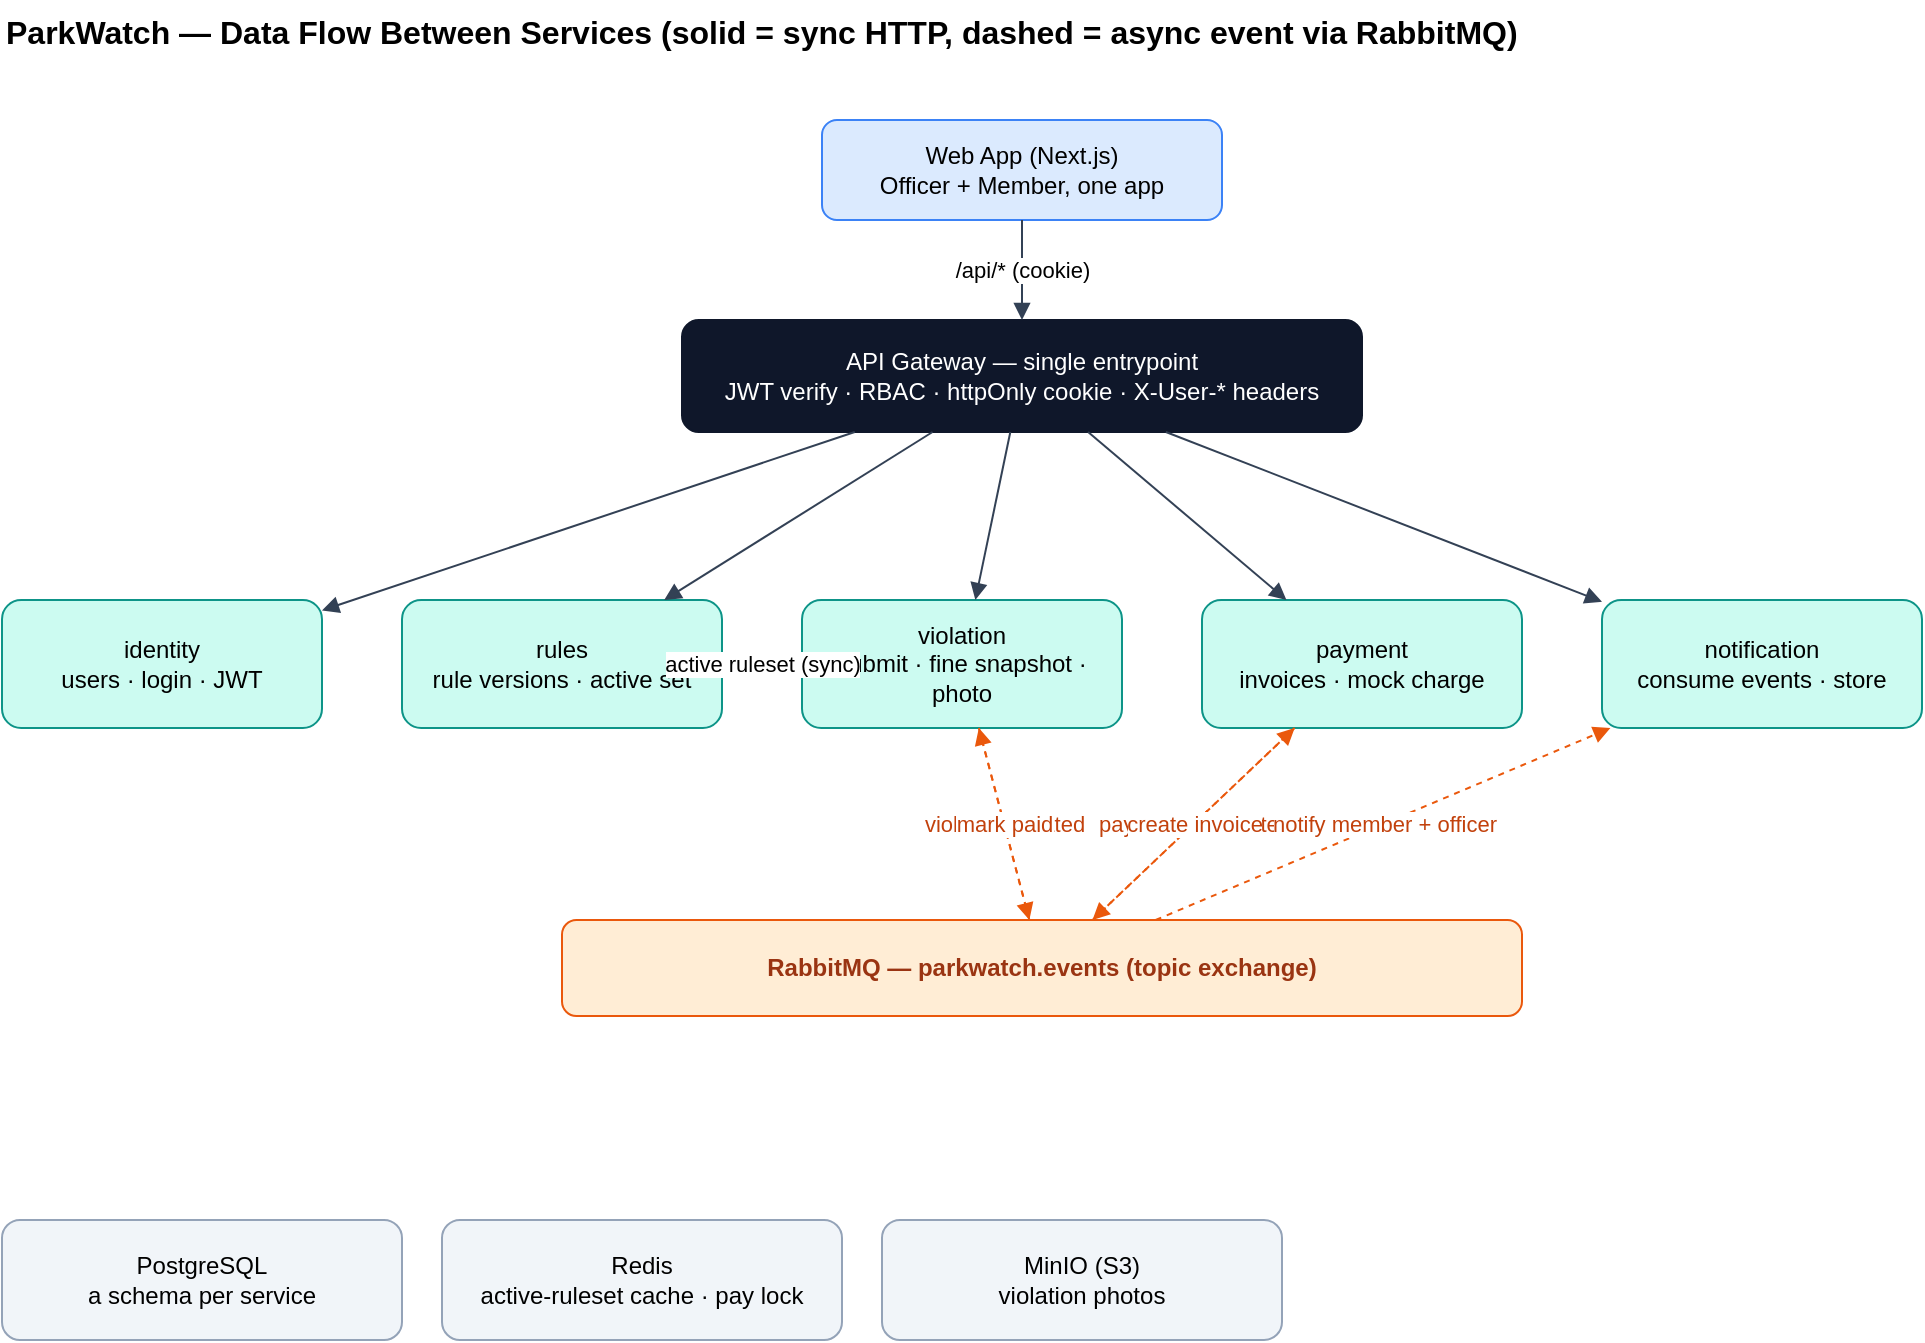
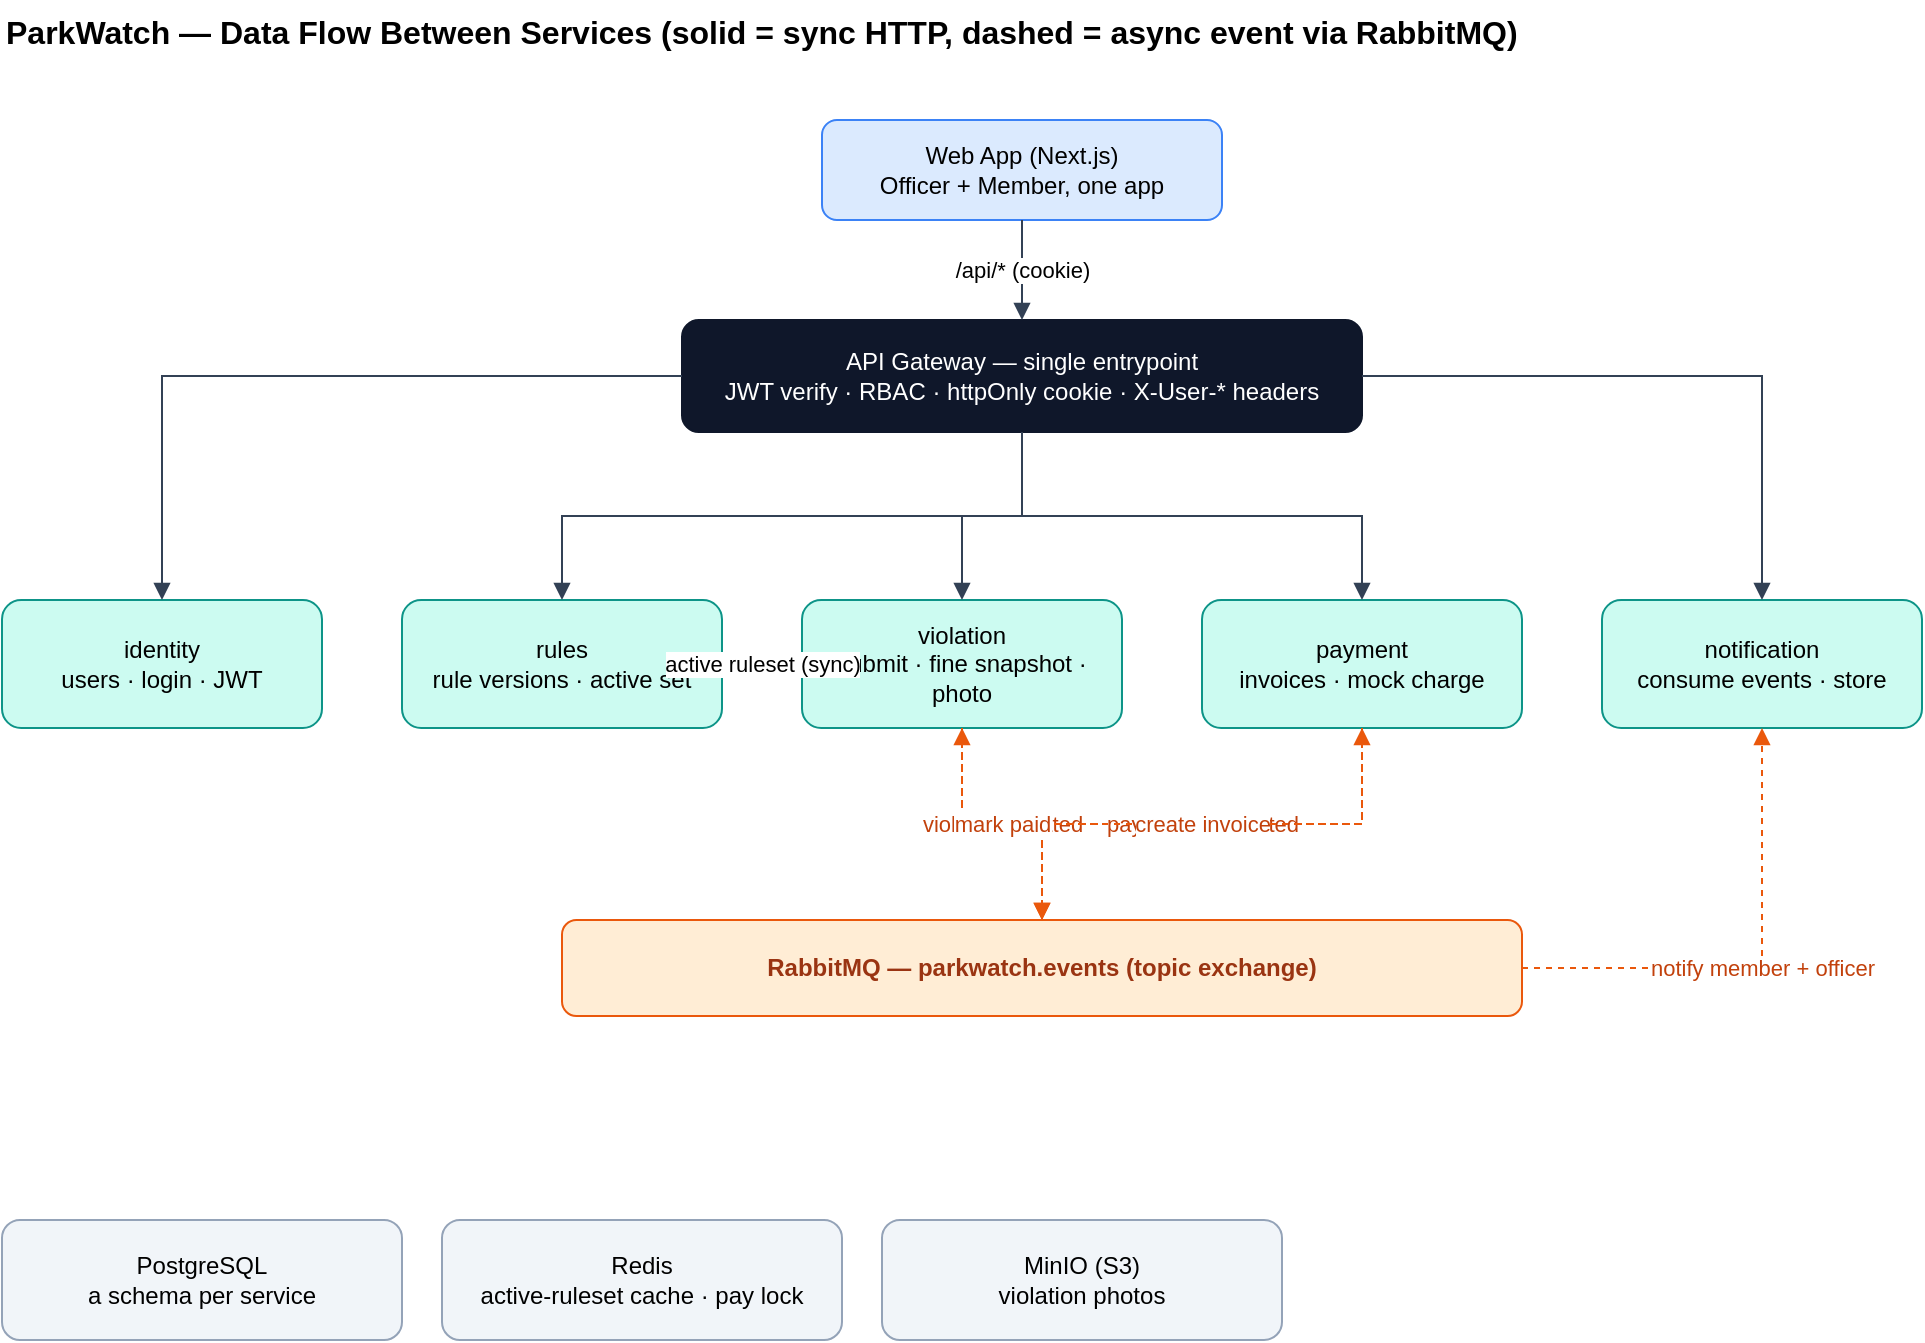
<mxfile host="app.diagrams.net" type="device">
  <diagram name="Data Flow" id="dataflow-1">
    <mxGraphModel dx="1040" dy="720" grid="1" gridSize="10" guides="1" tooltips="1" connect="1" arrows="1" fold="1" page="1" pageScale="1" pageWidth="1100" pageHeight="800" math="0" shadow="0">
      <root>
        <mxCell id="0" />
        <mxCell id="1" parent="0" />

        <mxCell id="title" value="ParkWatch — Data Flow Between Services (solid = sync HTTP, dashed = async event via RabbitMQ)" style="text;html=1;fontSize=16;fontStyle=1;align=left;" vertex="1" parent="1">
          <mxGeometry x="40" y="20" width="900" height="30" as="geometry" />
        </mxCell>

        <mxCell id="web" value="Web App (Next.js)&#10;Officer + Member, one app" style="rounded=1;whiteSpace=wrap;html=1;fillColor=#dbeafe;strokeColor=#3b82f6;" vertex="1" parent="1">
          <mxGeometry x="450" y="80" width="200" height="50" as="geometry" />
        </mxCell>
        <mxCell id="gw" value="API Gateway — single entrypoint&#10;JWT verify · RBAC · httpOnly cookie · X-User-* headers" style="rounded=1;whiteSpace=wrap;html=1;fillColor=#0f172a;fontColor=#ffffff;strokeColor=#0f172a;" vertex="1" parent="1">
          <mxGeometry x="380" y="180" width="340" height="56" as="geometry" />
        </mxCell>

        <mxCell id="identity" value="identity&#10;users · login · JWT" style="rounded=1;whiteSpace=wrap;html=1;fillColor=#ccfbf1;strokeColor=#0d9488;" vertex="1" parent="1">
          <mxGeometry x="40" y="320" width="160" height="64" as="geometry" />
        </mxCell>
        <mxCell id="rules" value="rules&#10;rule versions · active set" style="rounded=1;whiteSpace=wrap;html=1;fillColor=#ccfbf1;strokeColor=#0d9488;" vertex="1" parent="1">
          <mxGeometry x="240" y="320" width="160" height="64" as="geometry" />
        </mxCell>
        <mxCell id="violation" value="violation&#10;submit · fine snapshot · photo" style="rounded=1;whiteSpace=wrap;html=1;fillColor=#ccfbf1;strokeColor=#0d9488;" vertex="1" parent="1">
          <mxGeometry x="440" y="320" width="160" height="64" as="geometry" />
        </mxCell>
        <mxCell id="payment" value="payment&#10;invoices · mock charge" style="rounded=1;whiteSpace=wrap;html=1;fillColor=#ccfbf1;strokeColor=#0d9488;" vertex="1" parent="1">
          <mxGeometry x="640" y="320" width="160" height="64" as="geometry" />
        </mxCell>
        <mxCell id="notification" value="notification&#10;consume events · store" style="rounded=1;whiteSpace=wrap;html=1;fillColor=#ccfbf1;strokeColor=#0d9488;" vertex="1" parent="1">
          <mxGeometry x="840" y="320" width="160" height="64" as="geometry" />
        </mxCell>

        <mxCell id="mq" value="RabbitMQ — parkwatch.events (topic exchange)" style="rounded=1;whiteSpace=wrap;html=1;fillColor=#ffedd5;strokeColor=#ea580c;fontColor=#9a3412;fontStyle=1" vertex="1" parent="1">
          <mxGeometry x="320" y="480" width="480" height="48" as="geometry" />
        </mxCell>

        <mxCell id="pg" value="PostgreSQL&#10;a schema per service" style="rounded=1;whiteSpace=wrap;html=1;fillColor=#f1f5f9;strokeColor=#94a3b8;" vertex="1" parent="1">
          <mxGeometry x="40" y="630" width="200" height="60" as="geometry" />
        </mxCell>
        <mxCell id="redis" value="Redis&#10;active-ruleset cache · pay lock" style="rounded=1;whiteSpace=wrap;html=1;fillColor=#f1f5f9;strokeColor=#94a3b8;" vertex="1" parent="1">
          <mxGeometry x="260" y="630" width="200" height="60" as="geometry" />
        </mxCell>
        <mxCell id="minio" value="MinIO (S3)&#10;violation photos" style="rounded=1;whiteSpace=wrap;html=1;fillColor=#f1f5f9;strokeColor=#94a3b8;" vertex="1" parent="1">
          <mxGeometry x="480" y="630" width="200" height="60" as="geometry" />
        </mxCell>

-         <mxCell id="e_web_gw" value="/api/* (cookie)" style="endArrow=block;html=1;strokeColor=#334155;" edge="1" parent="1" source="web" target="gw"><mxGeometry relative="1" as="geometry"/></mxCell>
-         <mxCell id="e_gw_id" style="endArrow=block;html=1;strokeColor=#334155;" edge="1" parent="1" source="gw" target="identity"><mxGeometry relative="1" as="geometry"/></mxCell>
-         <mxCell id="e_gw_ru" style="endArrow=block;html=1;strokeColor=#334155;" edge="1" parent="1" source="gw" target="rules"><mxGeometry relative="1" as="geometry"/></mxCell>
-         <mxCell id="e_gw_vi" style="endArrow=block;html=1;strokeColor=#334155;" edge="1" parent="1" source="gw" target="violation"><mxGeometry relative="1" as="geometry"/></mxCell>
-         <mxCell id="e_gw_pa" style="endArrow=block;html=1;strokeColor=#334155;" edge="1" parent="1" source="gw" target="payment"><mxGeometry relative="1" as="geometry"/></mxCell>
-         <mxCell id="e_gw_no" style="endArrow=block;html=1;strokeColor=#334155;" edge="1" parent="1" source="gw" target="notification"><mxGeometry relative="1" as="geometry"/></mxCell>
-         <mxCell id="e_vi_ru" value="active ruleset (sync)" style="endArrow=block;html=1;strokeColor=#334155;" edge="1" parent="1" source="violation" target="rules"><mxGeometry relative="1" as="geometry"/></mxCell>
+         <mxCell id="e_web_gw" value="/api/* (cookie)" style="endArrow=block;html=1;edgeStyle=orthogonalEdgeStyle;rounded=0;jettySize=auto;strokeColor=#334155;" edge="1" parent="1" source="web" target="gw"><mxGeometry relative="1" as="geometry"/></mxCell>
+         <mxCell id="e_gw_id" style="endArrow=block;html=1;edgeStyle=orthogonalEdgeStyle;rounded=0;jettySize=auto;strokeColor=#334155;" edge="1" parent="1" source="gw" target="identity"><mxGeometry relative="1" as="geometry"/></mxCell>
+         <mxCell id="e_gw_ru" style="endArrow=block;html=1;edgeStyle=orthogonalEdgeStyle;rounded=0;jettySize=auto;strokeColor=#334155;" edge="1" parent="1" source="gw" target="rules"><mxGeometry relative="1" as="geometry"/></mxCell>
+         <mxCell id="e_gw_vi" style="endArrow=block;html=1;edgeStyle=orthogonalEdgeStyle;rounded=0;jettySize=auto;strokeColor=#334155;" edge="1" parent="1" source="gw" target="violation"><mxGeometry relative="1" as="geometry"/></mxCell>
+         <mxCell id="e_gw_pa" style="endArrow=block;html=1;edgeStyle=orthogonalEdgeStyle;rounded=0;jettySize=auto;strokeColor=#334155;" edge="1" parent="1" source="gw" target="payment"><mxGeometry relative="1" as="geometry"/></mxCell>
+         <mxCell id="e_gw_no" style="endArrow=block;html=1;edgeStyle=orthogonalEdgeStyle;rounded=0;jettySize=auto;strokeColor=#334155;" edge="1" parent="1" source="gw" target="notification"><mxGeometry relative="1" as="geometry"/></mxCell>
+         <mxCell id="e_vi_ru" value="active ruleset (sync)" style="endArrow=block;html=1;edgeStyle=orthogonalEdgeStyle;rounded=0;jettySize=auto;strokeColor=#334155;" edge="1" parent="1" source="violation" target="rules"><mxGeometry relative="1" as="geometry"/></mxCell>

-         <mxCell id="e_vi_mq" value="violation.created" style="endArrow=block;html=1;dashed=1;strokeColor=#ea580c;fontColor=#c2410c;" edge="1" parent="1" source="violation" target="mq"><mxGeometry relative="1" as="geometry"/></mxCell>
-         <mxCell id="e_pa_mq" value="payment.completed" style="endArrow=block;html=1;dashed=1;strokeColor=#ea580c;fontColor=#c2410c;" edge="1" parent="1" source="payment" target="mq"><mxGeometry relative="1" as="geometry"/></mxCell>
-         <mxCell id="e_mq_pa" value="create invoice" style="endArrow=block;html=1;dashed=1;strokeColor=#ea580c;fontColor=#c2410c;" edge="1" parent="1" source="mq" target="payment"><mxGeometry relative="1" as="geometry"/></mxCell>
-         <mxCell id="e_mq_vi" value="mark paid" style="endArrow=block;html=1;dashed=1;strokeColor=#ea580c;fontColor=#c2410c;" edge="1" parent="1" source="mq" target="violation"><mxGeometry relative="1" as="geometry"/></mxCell>
-         <mxCell id="e_mq_no" value="notify member + officer" style="endArrow=block;html=1;dashed=1;strokeColor=#ea580c;fontColor=#c2410c;" edge="1" parent="1" source="mq" target="notification"><mxGeometry relative="1" as="geometry"/></mxCell>
+         <mxCell id="e_vi_mq" value="violation.created" style="endArrow=block;html=1;edgeStyle=orthogonalEdgeStyle;rounded=0;jettySize=auto;dashed=1;strokeColor=#ea580c;fontColor=#c2410c;" edge="1" parent="1" source="violation" target="mq"><mxGeometry relative="1" as="geometry"/></mxCell>
+         <mxCell id="e_pa_mq" value="payment.completed" style="endArrow=block;html=1;edgeStyle=orthogonalEdgeStyle;rounded=0;jettySize=auto;dashed=1;strokeColor=#ea580c;fontColor=#c2410c;" edge="1" parent="1" source="payment" target="mq"><mxGeometry relative="1" as="geometry"/></mxCell>
+         <mxCell id="e_mq_pa" value="create invoice" style="endArrow=block;html=1;edgeStyle=orthogonalEdgeStyle;rounded=0;jettySize=auto;dashed=1;strokeColor=#ea580c;fontColor=#c2410c;" edge="1" parent="1" source="mq" target="payment"><mxGeometry relative="1" as="geometry"/></mxCell>
+         <mxCell id="e_mq_vi" value="mark paid" style="endArrow=block;html=1;edgeStyle=orthogonalEdgeStyle;rounded=0;jettySize=auto;dashed=1;strokeColor=#ea580c;fontColor=#c2410c;" edge="1" parent="1" source="mq" target="violation"><mxGeometry relative="1" as="geometry"/></mxCell>
+         <mxCell id="e_mq_no" value="notify member + officer" style="endArrow=block;html=1;edgeStyle=orthogonalEdgeStyle;rounded=0;jettySize=auto;dashed=1;strokeColor=#ea580c;fontColor=#c2410c;" edge="1" parent="1" source="mq" target="notification"><mxGeometry relative="1" as="geometry"/></mxCell>
      </root>
    </mxGraphModel>
  </diagram>
</mxfile>
